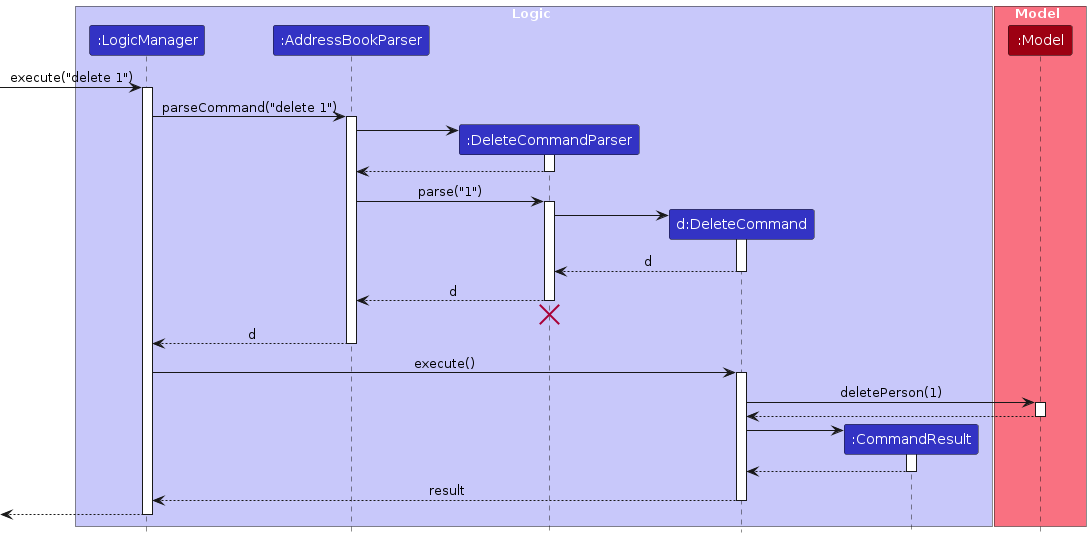
Before: diagrams/DeleteSequenceDiagram.png, a diagram exported from PlantUML (AY2324S1-CS2103T-T11-1/tp). Its source is kept beside it as diagrams/DeleteSequenceDiagram.puml.
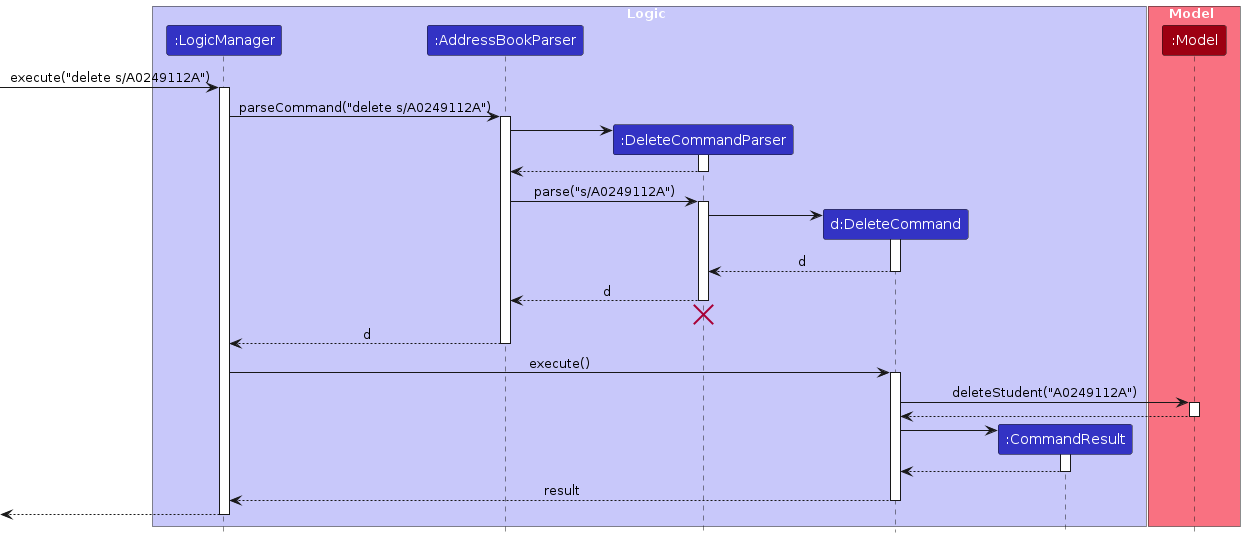
Above is the later version.

Diff of the diagram source:
```diff
@@ -14,10 +14,10 @@
 participant ":Model" as Model MODEL_COLOR
 end box
 
-[-> LogicManager : execute("delete 1")
+[-> LogicManager : execute("delete s/A0249112A")
 activate LogicManager
 
-LogicManager -> AddressBookParser : parseCommand("delete 1")
+LogicManager -> AddressBookParser : parseCommand("delete s/A0249112A")
 activate AddressBookParser
 
 create DeleteCommandParser
@@ -27,7 +27,7 @@
 DeleteCommandParser --> AddressBookParser
 deactivate DeleteCommandParser
 
-AddressBookParser -> DeleteCommandParser : parse("1")
+AddressBookParser -> DeleteCommandParser : parse("s/A0249112A")
 activate DeleteCommandParser
 
 create DeleteCommand
@@ -48,7 +48,7 @@
 LogicManager -> DeleteCommand : execute()
 activate DeleteCommand
 
-DeleteCommand -> Model : deletePerson(1)
+DeleteCommand -> Model : deleteStudent("A0249112A")
 activate Model
 
 Model --> DeleteCommand
```
